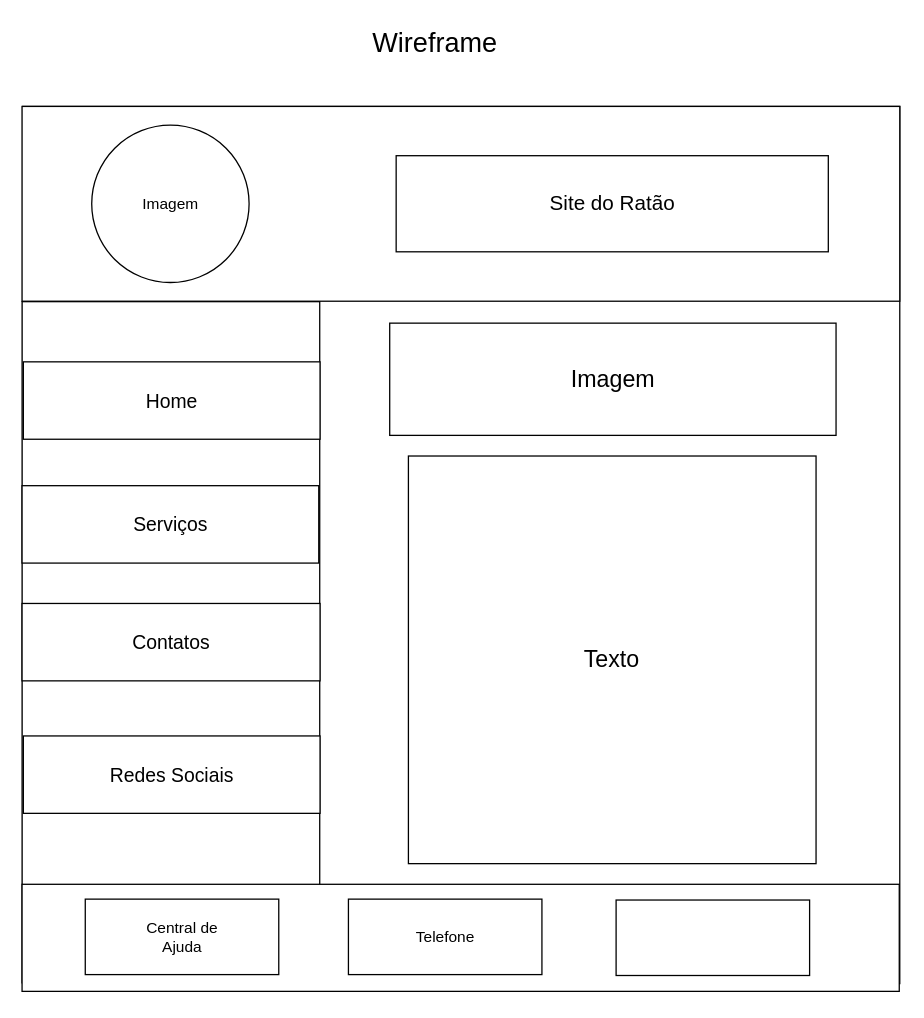
DanielDalfior/Site keeps this draw.io diagram as aula/Diagrama sem nome.drawio. Above is the earlier version. Source tidied: cells renumbered, new cells numbered last; positions are measured from the earlier drawing's top-left corner, leaving out a move shared by most shapes. Both pictures are drawn from the tidied source at 129%, with x=0, y=0 at pixel (-170, 22).
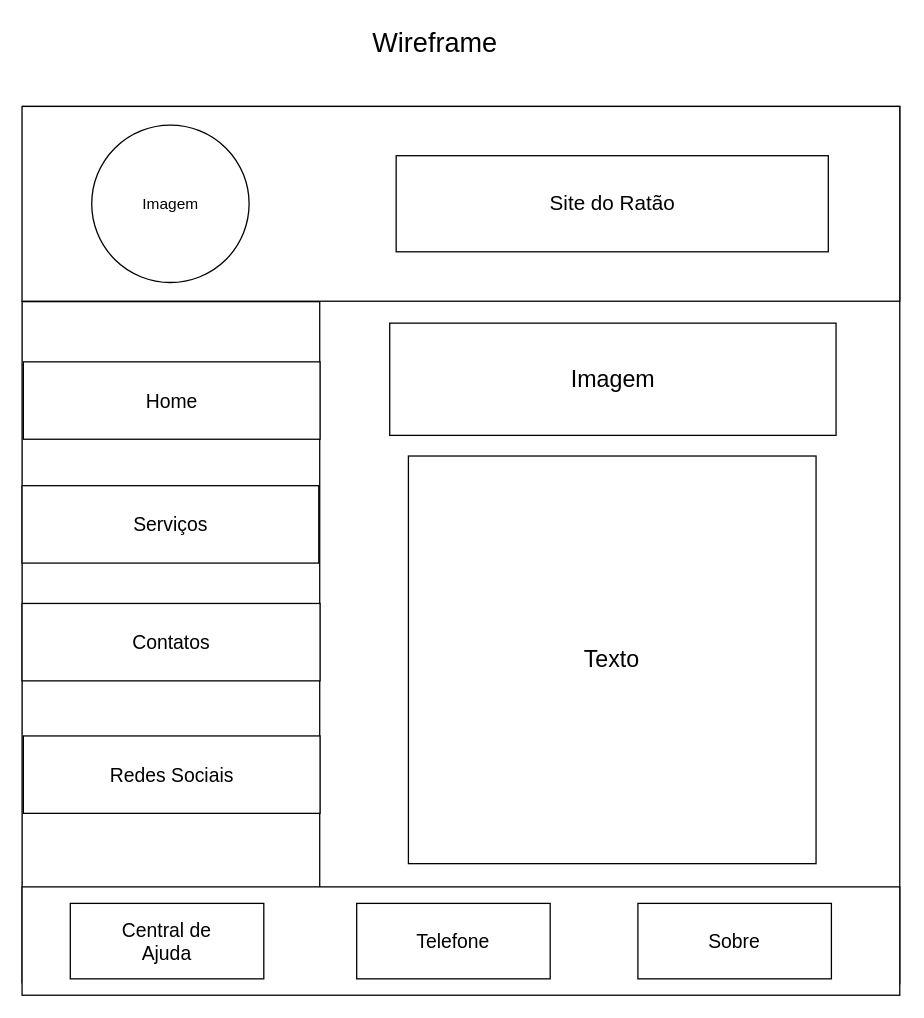
Above is the later version.

Change to the diagram source:
```diff
@@
 <mxGraphModel background="#FFFFFF">
   <root>
     <mxCell id="0" />
     <mxCell id="1" parent="0" />
     <mxCell id="2" style="whiteSpace=wrap;html=1;" parent="1" vertex="1">
       <mxGeometry x="149" y="65" width="680" height="680" as="geometry" />
     </mxCell>
     <mxCell id="3" value="&lt;p style=&quot;line-height: 120%; font-size: 16px;&quot;&gt;Header&lt;/p&gt;" style="rounded=0;whiteSpace=wrap;html=1;" parent="1" vertex="1">
       <mxGeometry x="148.6" y="65" width="680.4" height="151" as="geometry" />
     </mxCell>
     <mxCell id="4" value="Imagem" style="ellipse;whiteSpace=wrap;html=1;" parent="1" vertex="1">
       <mxGeometry x="202.6" y="79.5" width="122" height="122" as="geometry" />
     </mxCell>
     <mxCell id="5" value="&lt;font style=&quot;font-size: 16px;&quot;&gt;Site do Ratão&lt;/font&gt;" style="rounded=0;whiteSpace=wrap;html=1;" parent="1" vertex="1">
       <mxGeometry x="438.6" y="103.2" width="335" height="74.5" as="geometry" />
     </mxCell>
     <mxCell id="6" style="rounded=0;whiteSpace=wrap;html=1;rotation=90;" parent="1" vertex="1">
       <mxGeometry y="365" width="528" height="230.7" as="geometry" />
     </mxCell>
     <mxCell id="7" value="&lt;font style=&quot;font-size: 18px;&quot;&gt;Imagem&lt;/font&gt;" style="rounded=0;whiteSpace=wrap;html=1;" parent="1" vertex="1">
       <mxGeometry x="433.6" y="233" width="346" height="87" as="geometry" />
     </mxCell>
     <mxCell id="8" value="&lt;font style=&quot;font-size: 18px;&quot;&gt;Texto&lt;/font&gt;" style="whiteSpace=wrap;html=1;" parent="1" vertex="1">
       <mxGeometry x="448.1" y="336" width="316" height="316" as="geometry" />
     </mxCell>
     <mxCell id="9" value="&lt;font style=&quot;font-size: 15px;&quot;&gt;Home&lt;/font&gt;" style="rounded=0;whiteSpace=wrap;html=1;" parent="1" vertex="1">
       <mxGeometry x="149.6" y="263" width="230" height="60" as="geometry" />
     </mxCell>
     <mxCell id="10" value="&lt;font style=&quot;font-size: 15px;&quot;&gt;Serviços&lt;/font&gt;" style="rounded=0;whiteSpace=wrap;html=1;" parent="1" vertex="1">
       <mxGeometry x="148.6" y="359" width="230" height="60" as="geometry" />
     </mxCell>
     <mxCell id="11" value="&lt;font style=&quot;font-size: 15px;&quot;&gt;Contatos&lt;/font&gt;" style="rounded=0;whiteSpace=wrap;html=1;" parent="1" vertex="1">
       <mxGeometry x="148.6" y="450.3" width="231" height="60" as="geometry" />
     </mxCell>
     <mxCell id="12" value="&lt;font style=&quot;font-size: 15px;&quot;&gt;Redes Sociais&lt;/font&gt;" style="rounded=0;whiteSpace=wrap;html=1;" parent="1" vertex="1">
       <mxGeometry x="149.6" y="553" width="230" height="60" as="geometry" />
     </mxCell>
     <mxCell id="13" style="rounded=0;whiteSpace=wrap;html=1;" parent="1" vertex="1">
-      <mxGeometry x="148.6" y="668" width="680" height="83" as="geometry" />
+      <mxGeometry x="148.6" y="670" width="680.4" height="84" as="geometry" />
     </mxCell>
-    <mxCell id="14" value="Central de&lt;div&gt;Ajuda&lt;/div&gt;" style="rounded=0;whiteSpace=wrap;html=1;" parent="1" vertex="1">
-      <mxGeometry x="197.6" y="679.5" width="150" height="58.5" as="geometry" />
+    <mxCell id="14" value="&lt;font style=&quot;font-size: 15px;&quot;&gt;Central de&lt;/font&gt;&lt;div style=&quot;font-size: 15px;&quot;&gt;&lt;font style=&quot;font-size: 15px;&quot;&gt;Ajuda&lt;/font&gt;&lt;/div&gt;" style="rounded=0;whiteSpace=wrap;html=1;" parent="1" vertex="1">
+      <mxGeometry x="186" y="682.8" width="150" height="58.5" as="geometry" />
     </mxCell>
-    <mxCell id="15" value="Telefone" style="rounded=0;whiteSpace=wrap;html=1;" parent="1" vertex="1">
-      <mxGeometry x="401.6" y="679.5" width="150" height="58.5" as="geometry" />
+    <mxCell id="15" value="&lt;font style=&quot;font-size: 15px;&quot;&gt;Telefone&lt;/font&gt;" style="rounded=0;whiteSpace=wrap;html=1;" parent="1" vertex="1">
+      <mxGeometry x="408" y="682.8" width="150" height="58.5" as="geometry" />
     </mxCell>
-    <mxCell id="16" style="rounded=0;whiteSpace=wrap;html=1;" parent="1" vertex="1">
-      <mxGeometry x="609.1" y="680.2" width="150" height="58.5" as="geometry" />
+    <mxCell id="16" value="&lt;font style=&quot;font-size: 15px;&quot;&gt;Sobre&lt;/font&gt;" style="rounded=0;whiteSpace=wrap;html=1;" parent="1" vertex="1">
+      <mxGeometry x="626" y="682.8" width="150" height="58.5" as="geometry" />
     </mxCell>
     <mxCell id="17" value="&lt;font style=&quot;font-size: 21px;&quot;&gt;Wireframe&lt;/font&gt;" style="text;strokeColor=none;align=center;fillColor=none;html=1;verticalAlign=middle;whiteSpace=wrap;rounded=0;" parent="1" vertex="1">
       <mxGeometry x="438.6" width="60" height="30" as="geometry" />
     </mxCell>
   </root>
 </mxGraphModel>
```
